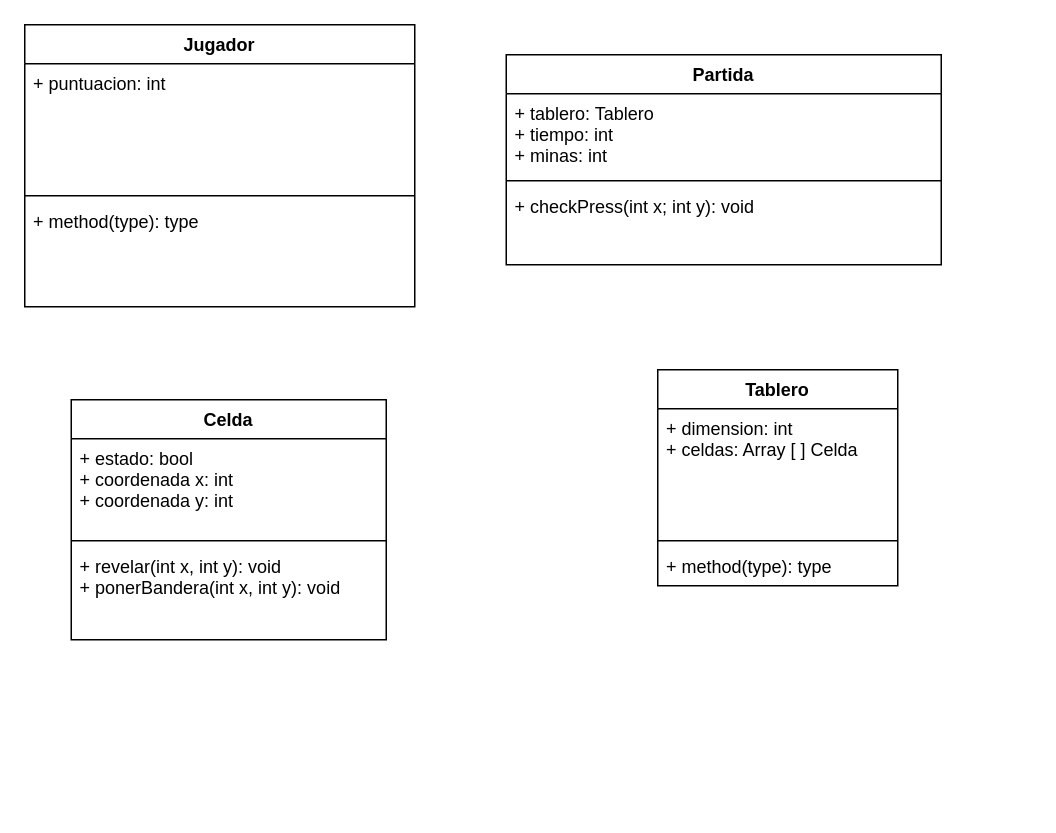
This is Diagramas/DiagramaDeClase.drawio from RenatoAtencio/ProyectoArquitecturaDeSoftware, a draw.io file, before an edit. Source tidied: cells renumbered, new cells numbered last; positions are measured from the earlier drawing's top-left corner, leaving out a move shared by most shapes. Both pictures are drawn from the tidied source at 150%, with x=0, y=0 at pixel (24, 24).
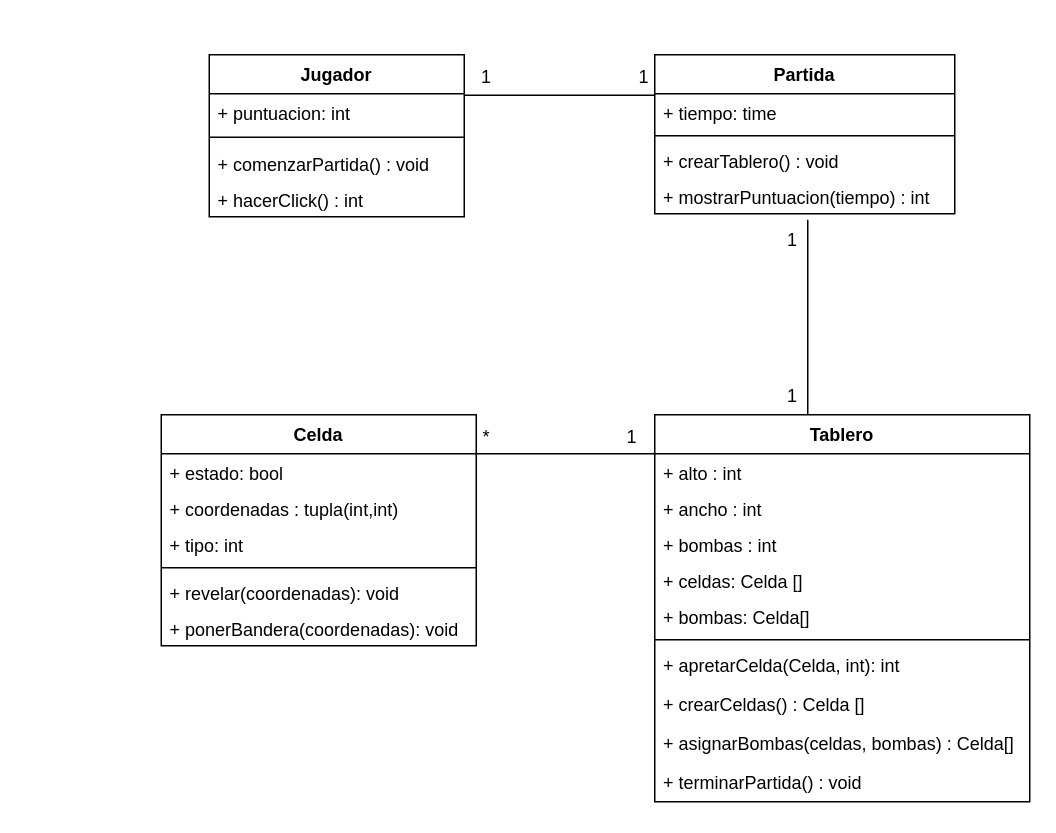
After the change.

The edit, as a diff of the source:
```diff
@@
+    <mxCell id="18" style="edgeStyle=none;html=1;exitX=0;exitY=1;exitDx=0;exitDy=0;entryX=0;entryY=0;entryDx=0;entryDy=0;endArrow=none;endFill=0;" parent="1" edge="1">
+      <mxGeometry relative="1" as="geometry">
+        <mxPoint x="522" y="130" as="sourcePoint" />
+        <mxPoint x="522" y="260" as="targetPoint" />
+      </mxGeometry>
+    </mxCell>
     <mxCell id="2" value="Partida" style="swimlane;fontStyle=1;align=center;verticalAlign=top;horizontal=1;startSize=26;" parent="1" vertex="1">
-      <mxGeometry x="321" y="20" width="290" height="140" as="geometry" />
+      <mxGeometry x="420" y="20" width="200" height="106" as="geometry" />
     </mxCell>
-    <mxCell id="3" value="+ tablero: Tablero&#10;+ tiempo: int&#10;+ minas: int&#10;" style="text;strokeColor=none;fillColor=none;align=left;verticalAlign=top;spacingLeft=4;spacingRight=4;overflow=hidden;" parent="2" vertex="1">
-      <mxGeometry y="26" width="290" height="54" as="geometry" />
-    </mxCell>
-    <mxCell id="4" style="line;strokeWidth=1;fillColor=none;align=left;verticalAlign=middle;spacingTop=-1;spacingLeft=3;spacingRight=3;labelPosition=right;strokeColor=inherit;" parent="2" vertex="1">
-      <mxGeometry y="80" width="290" height="8" as="geometry" />
-    </mxCell>
-    <mxCell id="5" value="+ checkPress(int x; int y): void" style="text;strokeColor=none;fillColor=none;align=left;verticalAlign=top;spacingLeft=4;spacingRight=4;overflow=hidden;" parent="2" vertex="1">
-      <mxGeometry y="88" width="290" height="52" as="geometry" />
-    </mxCell>
+    <mxCell id="19" value="+ tiempo: time" style="text;strokeColor=none;fillColor=none;align=left;verticalAlign=top;spacingLeft=4;spacingRight=4;overflow=hidden;" parent="2" vertex="1">
+      <mxGeometry y="26" width="200" height="24" as="geometry" />
+    </mxCell>
+    <mxCell id="20" style="line;strokeWidth=1;fillColor=none;align=left;verticalAlign=middle;spacingTop=-1;spacingLeft=3;spacingRight=3;labelPosition=right;strokeColor=inherit;" parent="2" vertex="1">
+      <mxGeometry y="50" width="200" height="8" as="geometry" />
+    </mxCell>
+    <mxCell id="21" value="+ crearTablero() : void&#10;" style="text;strokeColor=none;fillColor=none;align=left;verticalAlign=top;spacingLeft=4;spacingRight=4;overflow=hidden;" parent="2" vertex="1">
+      <mxGeometry y="58" width="200" height="24" as="geometry" />
+    </mxCell>
+    <mxCell id="22" value="+ mostrarPuntuacion(tiempo) : int" style="text;strokeColor=none;fillColor=none;align=left;verticalAlign=top;spacingLeft=4;spacingRight=4;overflow=hidden;" parent="2" vertex="1">
+      <mxGeometry y="82" width="200" height="24" as="geometry" />
+    </mxCell>
+    <mxCell id="23" style="edgeStyle=none;html=1;exitX=1;exitY=0;exitDx=0;exitDy=0;entryX=0;entryY=0;entryDx=0;entryDy=0;endArrow=none;endFill=0;" parent="1" edge="1">
+      <mxGeometry relative="1" as="geometry">
+        <mxPoint x="293" y="47" as="sourcePoint" />
+        <mxPoint x="420" y="47" as="targetPoint" />
+      </mxGeometry>
+    </mxCell>
     <mxCell id="6" value="Jugador" style="swimlane;fontStyle=1;align=center;verticalAlign=top;horizontal=1;startSize=26;" parent="1" vertex="1">
-      <mxGeometry width="260" height="188" as="geometry" />
+      <mxGeometry x="123" y="20" width="170" height="108" as="geometry" />
     </mxCell>
     <mxCell id="7" value="+ puntuacion: int&#10;" style="text;strokeColor=none;fillColor=none;align=left;verticalAlign=top;spacingLeft=4;spacingRight=4;overflow=hidden;" parent="6" vertex="1">
-      <mxGeometry y="26" width="260" height="84" as="geometry" />
+      <mxGeometry y="26" width="170" height="24" as="geometry" />
     </mxCell>
-    <mxCell id="8" style="line;strokeWidth=1;fillColor=none;align=left;verticalAlign=middle;spacingTop=-1;spacingLeft=3;spacingRight=3;labelPosition=right;strokeColor=inherit;" parent="6" vertex="1">
-      <mxGeometry y="110" width="260" height="8" as="geometry" />
-    </mxCell>
-    <mxCell id="9" value="+ method(type): type" style="text;strokeColor=none;fillColor=none;align=left;verticalAlign=top;spacingLeft=4;spacingRight=4;overflow=hidden;" parent="6" vertex="1">
-      <mxGeometry y="118" width="260" height="70" as="geometry" />
-    </mxCell>
+    <mxCell id="24" style="line;strokeWidth=1;fillColor=none;align=left;verticalAlign=middle;spacingTop=-1;spacingLeft=3;spacingRight=3;labelPosition=right;strokeColor=inherit;" parent="6" vertex="1">
+      <mxGeometry y="50" width="170" height="10" as="geometry" />
+    </mxCell>
+    <mxCell id="25" value="+ comenzarPartida() : void" style="text;strokeColor=none;fillColor=none;align=left;verticalAlign=top;spacingLeft=4;spacingRight=4;overflow=hidden;" parent="6" vertex="1">
+      <mxGeometry y="60" width="170" height="24" as="geometry" />
+    </mxCell>
+    <mxCell id="26" value="+ hacerClick() : int" style="text;strokeColor=none;fillColor=none;align=left;verticalAlign=top;spacingLeft=4;spacingRight=4;overflow=hidden;" parent="6" vertex="1">
+      <mxGeometry y="84" width="170" height="24" as="geometry" />
+    </mxCell>
     <mxCell id="10" value="Tablero" style="swimlane;fontStyle=1;align=center;verticalAlign=top;horizontal=1;startSize=26;" parent="1" vertex="1">
-      <mxGeometry x="422" y="230" width="160" height="144" as="geometry" />
+      <mxGeometry x="420" y="260" width="250" height="258" as="geometry" />
     </mxCell>
-    <mxCell id="11" value="+ dimension: int&#10;+ celdas: Array [ ] Celda" style="text;strokeColor=none;fillColor=none;align=left;verticalAlign=top;spacingLeft=4;spacingRight=4;overflow=hidden;" parent="10" vertex="1">
-      <mxGeometry y="26" width="160" height="84" as="geometry" />
-    </mxCell>
-    <mxCell id="12" style="line;strokeWidth=1;fillColor=none;align=left;verticalAlign=middle;spacingTop=-1;spacingLeft=3;spacingRight=3;labelPosition=right;strokeColor=inherit;" parent="10" vertex="1">
-      <mxGeometry y="110" width="160" height="8" as="geometry" />
-    </mxCell>
-    <mxCell id="13" value="+ method(type): type" style="text;strokeColor=none;fillColor=none;align=left;verticalAlign=top;spacingLeft=4;spacingRight=4;overflow=hidden;" parent="10" vertex="1">
-      <mxGeometry y="118" width="160" height="26" as="geometry" />
-    </mxCell>
+    <mxCell id="27" value="+ alto : int" style="text;strokeColor=none;fillColor=none;align=left;verticalAlign=top;spacingLeft=4;spacingRight=4;overflow=hidden;" parent="10" vertex="1">
+      <mxGeometry y="26" width="250" height="24" as="geometry" />
+    </mxCell>
+    <mxCell id="28" value="+ ancho : int" style="text;strokeColor=none;fillColor=none;align=left;verticalAlign=top;spacingLeft=4;spacingRight=4;overflow=hidden;" parent="10" vertex="1">
+      <mxGeometry y="50" width="250" height="24" as="geometry" />
+    </mxCell>
+    <mxCell id="29" value="+ bombas : int" style="text;strokeColor=none;fillColor=none;align=left;verticalAlign=top;spacingLeft=4;spacingRight=4;overflow=hidden;" parent="10" vertex="1">
+      <mxGeometry y="74" width="250" height="24" as="geometry" />
+    </mxCell>
+    <mxCell id="30" value="+ celdas: Celda []" style="text;strokeColor=none;fillColor=none;align=left;verticalAlign=top;spacingLeft=4;spacingRight=4;overflow=hidden;" parent="10" vertex="1">
+      <mxGeometry y="98" width="250" height="24" as="geometry" />
+    </mxCell>
+    <mxCell id="31" value="+ bombas: Celda[]" style="text;strokeColor=none;fillColor=none;align=left;verticalAlign=top;spacingLeft=4;spacingRight=4;overflow=hidden;" parent="10" vertex="1">
+      <mxGeometry y="122" width="250" height="24" as="geometry" />
+    </mxCell>
+    <mxCell id="32" style="line;strokeWidth=1;fillColor=none;align=left;verticalAlign=middle;spacingTop=-1;spacingLeft=3;spacingRight=3;labelPosition=right;strokeColor=inherit;" parent="10" vertex="1">
+      <mxGeometry y="146" width="250" height="8" as="geometry" />
+    </mxCell>
+    <mxCell id="33" value="+ apretarCelda(Celda, int): int" style="text;strokeColor=none;fillColor=none;align=left;verticalAlign=top;spacingLeft=4;spacingRight=4;overflow=hidden;" parent="10" vertex="1">
+      <mxGeometry y="154" width="250" height="26" as="geometry" />
+    </mxCell>
+    <mxCell id="34" value="+ crearCeldas() : Celda []&#10;" style="text;strokeColor=none;fillColor=none;align=left;verticalAlign=top;spacingLeft=4;spacingRight=4;overflow=hidden;" parent="10" vertex="1">
+      <mxGeometry y="180" width="250" height="26" as="geometry" />
+    </mxCell>
+    <mxCell id="35" value="+ asignarBombas(celdas, bombas) : Celda[]" style="text;strokeColor=none;fillColor=none;align=left;verticalAlign=top;spacingLeft=4;spacingRight=4;overflow=hidden;" parent="10" vertex="1">
+      <mxGeometry y="206" width="250" height="26" as="geometry" />
+    </mxCell>
+    <mxCell id="36" value="+ terminarPartida() : void" style="text;strokeColor=none;fillColor=none;align=left;verticalAlign=top;spacingLeft=4;spacingRight=4;overflow=hidden;" parent="10" vertex="1">
+      <mxGeometry y="232" width="250" height="26" as="geometry" />
+    </mxCell>
+    <mxCell id="37" style="edgeStyle=none;html=1;exitX=1;exitY=0;exitDx=0;exitDy=0;entryX=0;entryY=0;entryDx=0;entryDy=0;endArrow=none;endFill=0;" parent="1" edge="1">
+      <mxGeometry relative="1" as="geometry">
+        <mxPoint x="301" y="286" as="sourcePoint" />
+        <mxPoint x="420" y="286" as="targetPoint" />
+      </mxGeometry>
+    </mxCell>
     <mxCell id="14" value="Celda" style="swimlane;fontStyle=1;align=center;verticalAlign=top;horizontal=1;startSize=26;" parent="1" vertex="1">
-      <mxGeometry x="31" y="250" width="210" height="160" as="geometry" />
+      <mxGeometry x="91" y="260" width="210" height="154" as="geometry" />
     </mxCell>
-    <mxCell id="15" value="+ estado: bool&#10;+ coordenada x: int&#10;+ coordenada y: int" style="text;strokeColor=none;fillColor=none;align=left;verticalAlign=top;spacingLeft=4;spacingRight=4;overflow=hidden;" parent="14" vertex="1">
-      <mxGeometry y="26" width="210" height="64" as="geometry" />
-    </mxCell>
-    <mxCell id="16" style="line;strokeWidth=1;fillColor=none;align=left;verticalAlign=middle;spacingTop=-1;spacingLeft=3;spacingRight=3;labelPosition=right;strokeColor=inherit;" parent="14" vertex="1">
-      <mxGeometry y="90" width="210" height="8" as="geometry" />
-    </mxCell>
-    <mxCell id="17" value="+ revelar(int x, int y): void&#10;+ ponerBandera(int x, int y): void" style="text;strokeColor=none;fillColor=none;align=left;verticalAlign=top;spacingLeft=4;spacingRight=4;overflow=hidden;" parent="14" vertex="1">
-      <mxGeometry y="98" width="210" height="62" as="geometry" />
-    </mxCell>
+    <mxCell id="38" value="+ estado: bool" style="text;strokeColor=none;fillColor=none;align=left;verticalAlign=top;spacingLeft=4;spacingRight=4;overflow=hidden;" parent="14" vertex="1">
+      <mxGeometry y="26" width="210" height="24" as="geometry" />
+    </mxCell>
+    <mxCell id="39" value="+ coordenadas : tupla(int,int)" style="text;strokeColor=none;fillColor=none;align=left;verticalAlign=top;spacingLeft=4;spacingRight=4;overflow=hidden;" parent="14" vertex="1">
+      <mxGeometry y="50" width="210" height="24" as="geometry" />
+    </mxCell>
+    <mxCell id="40" value="+ tipo: int" style="text;strokeColor=none;fillColor=none;align=left;verticalAlign=top;spacingLeft=4;spacingRight=4;overflow=hidden;" parent="14" vertex="1">
+      <mxGeometry y="74" width="210" height="24" as="geometry" />
+    </mxCell>
+    <mxCell id="41" style="line;strokeWidth=1;fillColor=none;align=left;verticalAlign=middle;spacingTop=-1;spacingLeft=3;spacingRight=3;labelPosition=right;strokeColor=inherit;" parent="14" vertex="1">
+      <mxGeometry y="98" width="210" height="8" as="geometry" />
+    </mxCell>
+    <mxCell id="42" value="+ revelar(coordenadas): void" style="text;strokeColor=none;fillColor=none;align=left;verticalAlign=top;spacingLeft=4;spacingRight=4;overflow=hidden;" parent="14" vertex="1">
+      <mxGeometry y="106" width="210" height="24" as="geometry" />
+    </mxCell>
+    <mxCell id="43" value="+ ponerBandera(coordenadas): void" style="text;strokeColor=none;fillColor=none;align=left;verticalAlign=top;spacingLeft=4;spacingRight=4;overflow=hidden;" parent="14" vertex="1">
+      <mxGeometry y="130" width="210" height="24" as="geometry" />
+    </mxCell>
+    <mxCell id="44" value="1" style="text;html=1;strokeColor=none;fillColor=none;align=center;verticalAlign=middle;whiteSpace=wrap;rounded=0;" parent="1" vertex="1">
+      <mxGeometry x="293" y="20" width="30" height="30" as="geometry" />
+    </mxCell>
+    <mxCell id="45" value="1" style="text;html=1;strokeColor=none;fillColor=none;align=center;verticalAlign=middle;whiteSpace=wrap;rounded=0;" parent="1" vertex="1">
+      <mxGeometry x="398" y="20" width="30" height="30" as="geometry" />
+    </mxCell>
+    <mxCell id="46" value="1" style="text;html=1;strokeColor=none;fillColor=none;align=center;verticalAlign=middle;whiteSpace=wrap;rounded=0;" parent="1" vertex="1">
+      <mxGeometry x="497" y="129" width="30" height="30" as="geometry" />
+    </mxCell>
+    <mxCell id="47" value="1" style="text;html=1;strokeColor=none;fillColor=none;align=center;verticalAlign=middle;whiteSpace=wrap;rounded=0;" parent="1" vertex="1">
+      <mxGeometry x="497" y="233" width="30" height="30" as="geometry" />
+    </mxCell>
+    <mxCell id="48" value="1" style="text;html=1;strokeColor=none;fillColor=none;align=center;verticalAlign=middle;whiteSpace=wrap;rounded=0;" parent="1" vertex="1">
+      <mxGeometry x="390" y="260" width="30" height="30" as="geometry" />
+    </mxCell>
+    <mxCell id="49" value="*" style="text;html=1;strokeColor=none;fillColor=none;align=center;verticalAlign=middle;whiteSpace=wrap;rounded=0;" parent="1" vertex="1">
+      <mxGeometry x="293" y="260" width="30" height="30" as="geometry" />
+    </mxCell>
```
